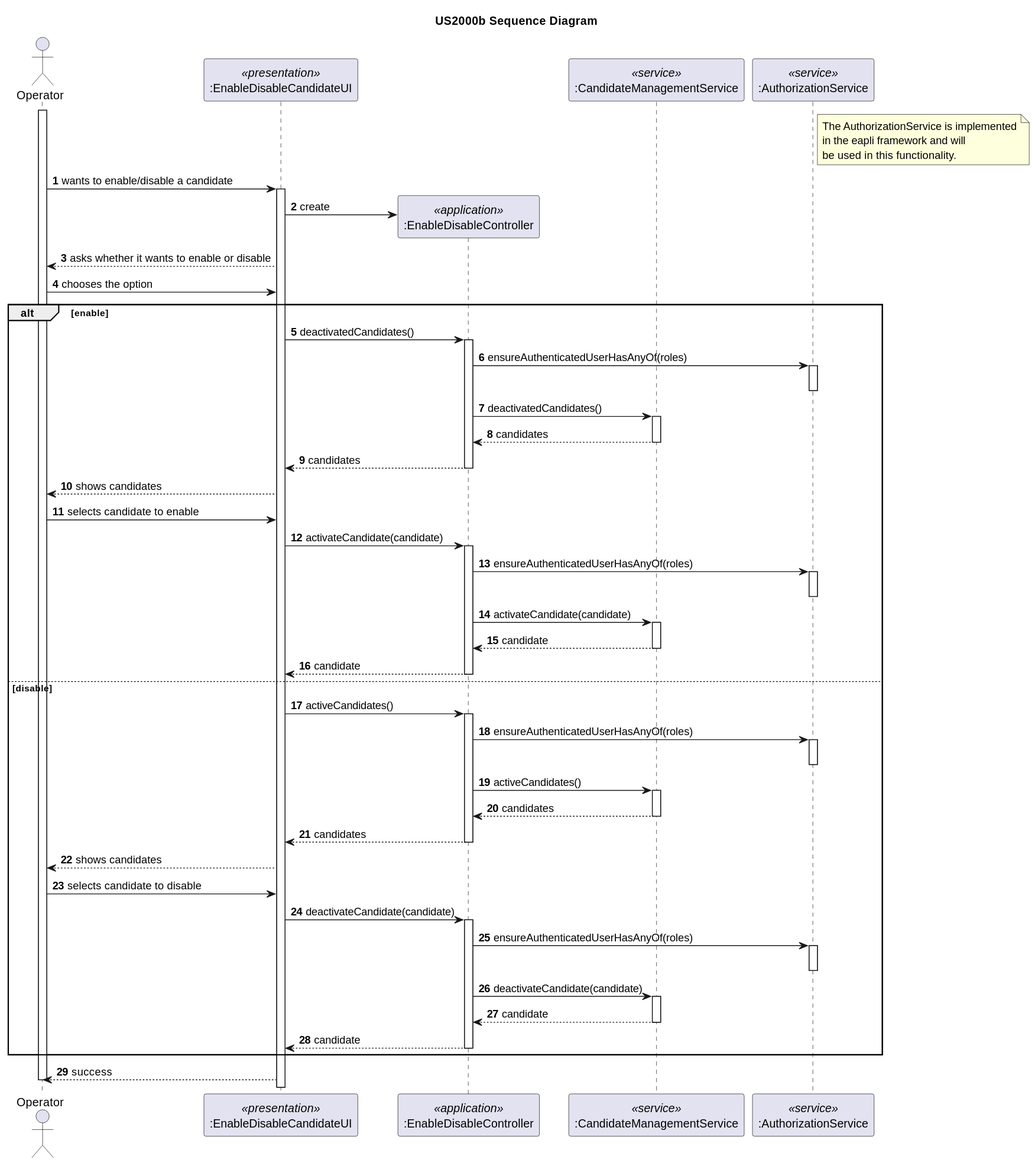
rita-barbosa/LAPR4-2324 keeps this PlantUML diagram as docs/sprint-c/us_2000b/sd/sd-us-2000b.svg. Above is the earlier version.
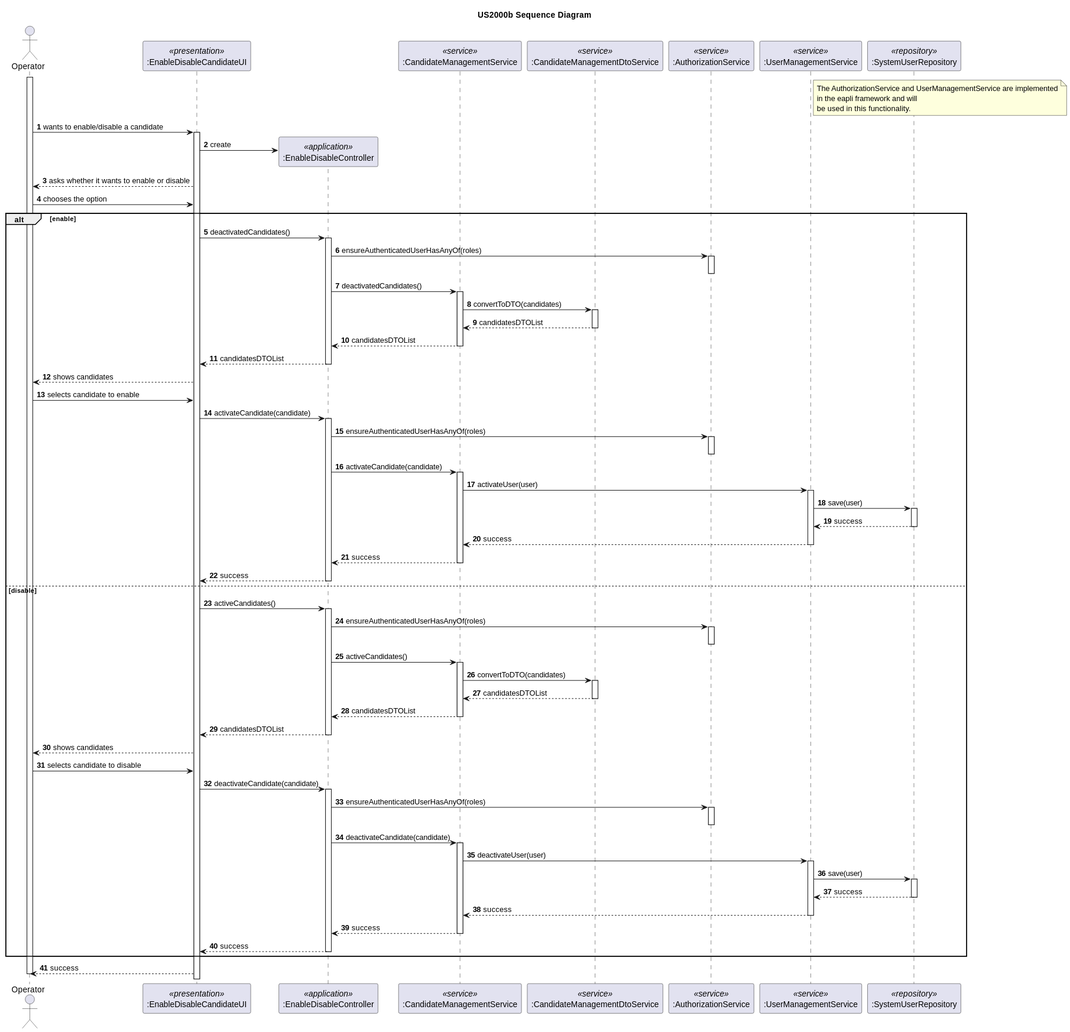
Above is the later version.

The edit, as a diff of the source:
```diff
@@ -8,10 +8,14 @@
 participant ":EnableDisableCandidateUI" as UI <<presentation>>
 participant ":EnableDisableController" as CTRL <<application>>
 participant ":CandidateManagementService" as CMS <<service>>
+participant ":CandidateManagementDtoService" as CandidateManagementDtoService <<service>>
 participant ":AuthorizationService" as AUTHZ <<service>>
+participant ":UserManagementService" as UserManagementService <<service>>
+participant ":SystemUserRepository" as UserRepository <<repository>>
 
-note right AUTHZ
-The AuthorizationService is implemented
+
+note right UserManagementService
+The AuthorizationService and UserManagementService are implemented
 in the eapli framework and will
 be used in this functionality.
 end note
@@ -40,10 +44,14 @@
 CTRL -> CMS: deactivatedCandidates()
 activate CMS
 
-CMS --> CTRL: candidates
+CMS -> CandidateManagementDtoService: convertToDTO(candidates)
+activate CandidateManagementDtoService
+    CandidateManagementDtoService-->CMS: candidatesDTOList
+deactivate CandidateManagementDtoService
+CMS --> CTRL: candidatesDTOList
 deactivate CMS
 
-CTRL --> UI: candidates
+CTRL --> UI: candidatesDTOList
 deactivate CTRL
 
 UI --> operator: shows candidates
@@ -59,10 +67,19 @@
 CTRL -> CMS : activateCandidate(candidate)
 activate CMS
 
-CMS --> CTRL : candidate
+CMS-> UserManagementService: activateUser(user)
+activate UserManagementService
+    UserManagementService -> UserRepository: save(user)
+    activate UserRepository
+        UserRepository --> UserManagementService: success
+    deactivate UserRepository
+    UserManagementService --> CMS: success
+deactivate UserManagementService
+
+CMS --> CTRL : success
 deactivate CMS
 
-CTRL --> UI : candidate
+CTRL --> UI : success
 deactivate CTRL
 
 else disable
@@ -77,10 +94,14 @@
 CTRL -> CMS: activeCandidates()
 activate CMS
 
-CMS --> CTRL: candidates
+CMS ->CandidateManagementDtoService: convertToDTO(candidates)
+activate CandidateManagementDtoService
+    CandidateManagementDtoService--> CMS: candidatesDTOList
+deactivate CandidateManagementDtoService
+CMS --> CTRL: candidatesDTOList
 deactivate CMS
 
-CTRL --> UI: candidates
+CTRL --> UI: candidatesDTOList
 deactivate CTRL
 
 UI --> operator: shows candidates
@@ -96,10 +117,19 @@
 CTRL -> CMS : deactivateCandidate(candidate)
 activate CMS
 
-CMS --> CTRL : candidate
+CMS-> UserManagementService: deactivateUser(user)
+activate UserManagementService
+    UserManagementService -> UserRepository: save(user)
+    activate UserRepository
+        UserRepository --> UserManagementService: success
+    deactivate UserRepository
+    UserManagementService --> CMS: success
+deactivate UserManagementService
+
+CMS --> CTRL : success
 deactivate CMS
 
-CTRL --> UI : candidate
+CTRL --> UI : success
 deactivate CTRL
 
 
```
